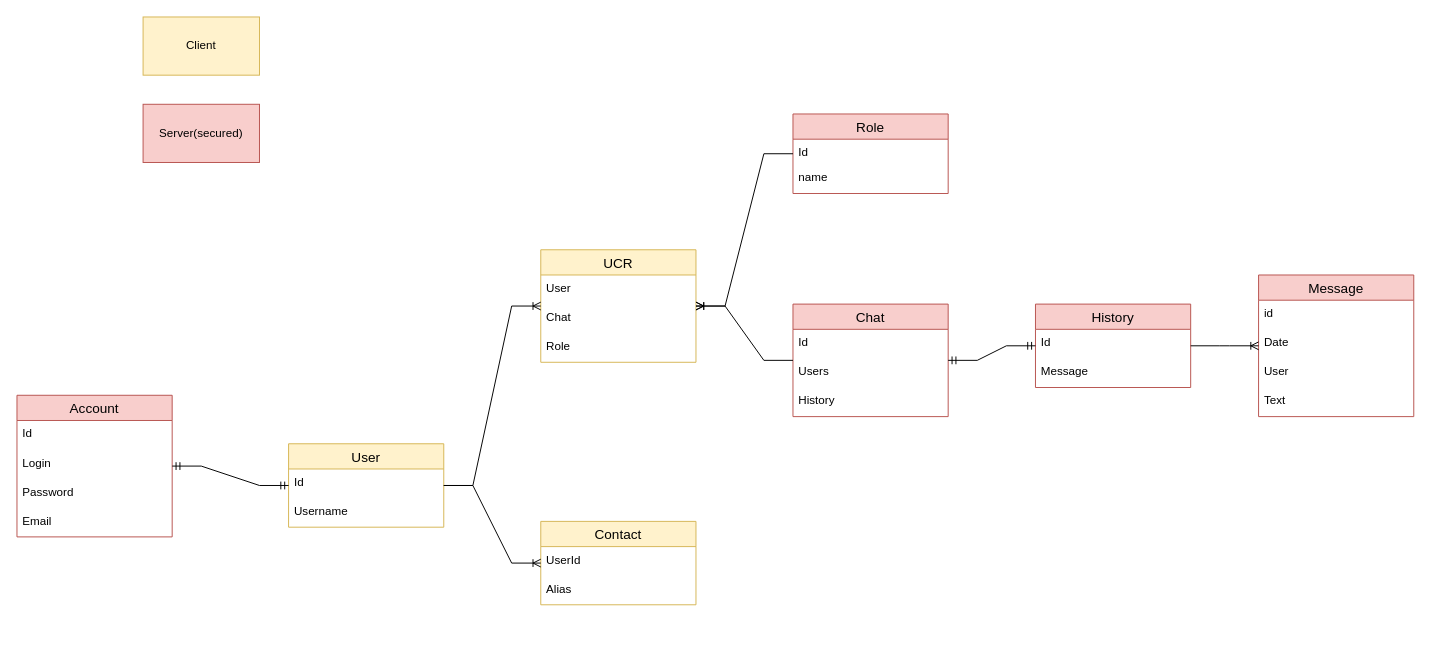
This is page "DB" (1 of 3) of Resources/DB.drawio from Plasmat1x/CourseProjectCS2, a draw.io file, before an edit. Source tidied: cells renumbered, new cells numbered last; positions are measured from the earlier drawing's top-left corner, leaving out a move shared by most shapes. Both pictures are drawn from the tidied source at 97%, with x=0, y=0 at pixel (16, 16).
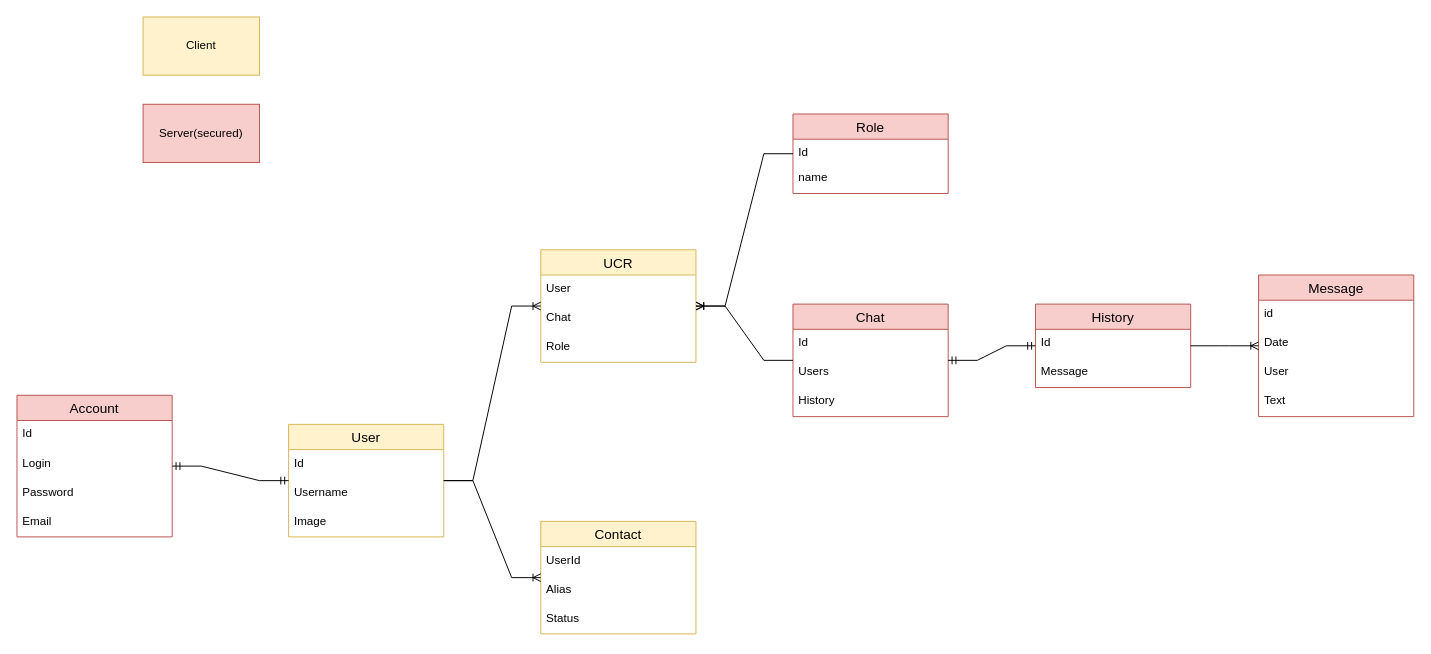
After the change.

Diff of the diagram source:
```diff
@@
     <mxCell id="2" value="User" style="swimlane;fontStyle=0;horizontal=1;startSize=26;align=center;fontSize=14;fillColor=#fff2cc;strokeColor=#d6b656;" parent="1" vertex="1">
-      <mxGeometry x="280" y="440" width="160" height="86" as="geometry" />
+      <mxGeometry x="280" y="420" width="160" height="116" as="geometry" />
     </mxCell>
@@
+    <mxCell id="41" value="Image" style="text;strokeColor=none;fillColor=none;spacingLeft=4;spacingRight=4;overflow=hidden;fontSize=12;" parent="2" vertex="1">
+      <mxGeometry y="86" width="160" height="30" as="geometry" />
+    </mxCell>
@@
     <mxCell id="35" value="Contact" style="swimlane;fontStyle=0;horizontal=1;startSize=26;align=center;fontSize=14;fillColor=#fff2cc;strokeColor=#d6b656;" parent="1" vertex="1">
-      <mxGeometry x="540" y="520" width="160" height="86" as="geometry" />
+      <mxGeometry x="540" y="520" width="160" height="116" as="geometry" />
     </mxCell>
@@
+    <mxCell id="42" value="Status" style="text;strokeColor=none;fillColor=none;spacingLeft=4;spacingRight=4;overflow=hidden;fontSize=12;" parent="35" vertex="1">
+      <mxGeometry y="86" width="160" height="30" as="geometry" />
+    </mxCell>
```
